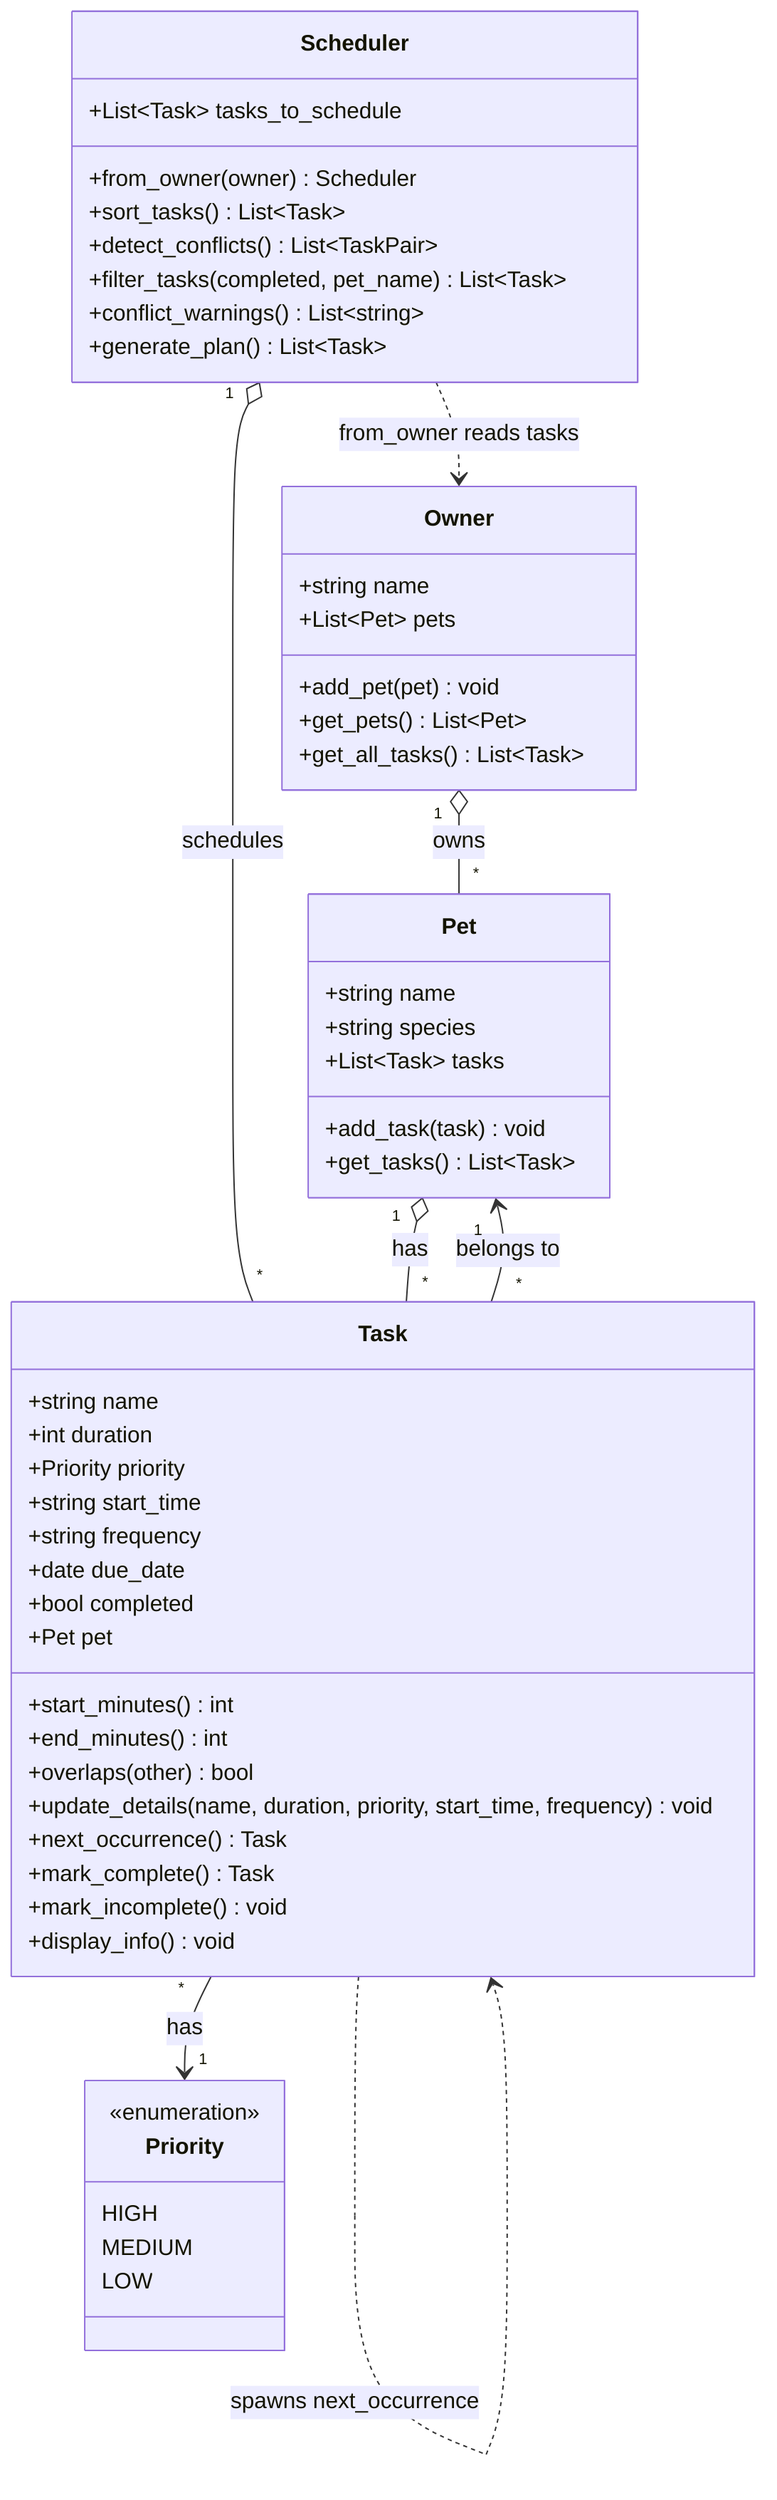
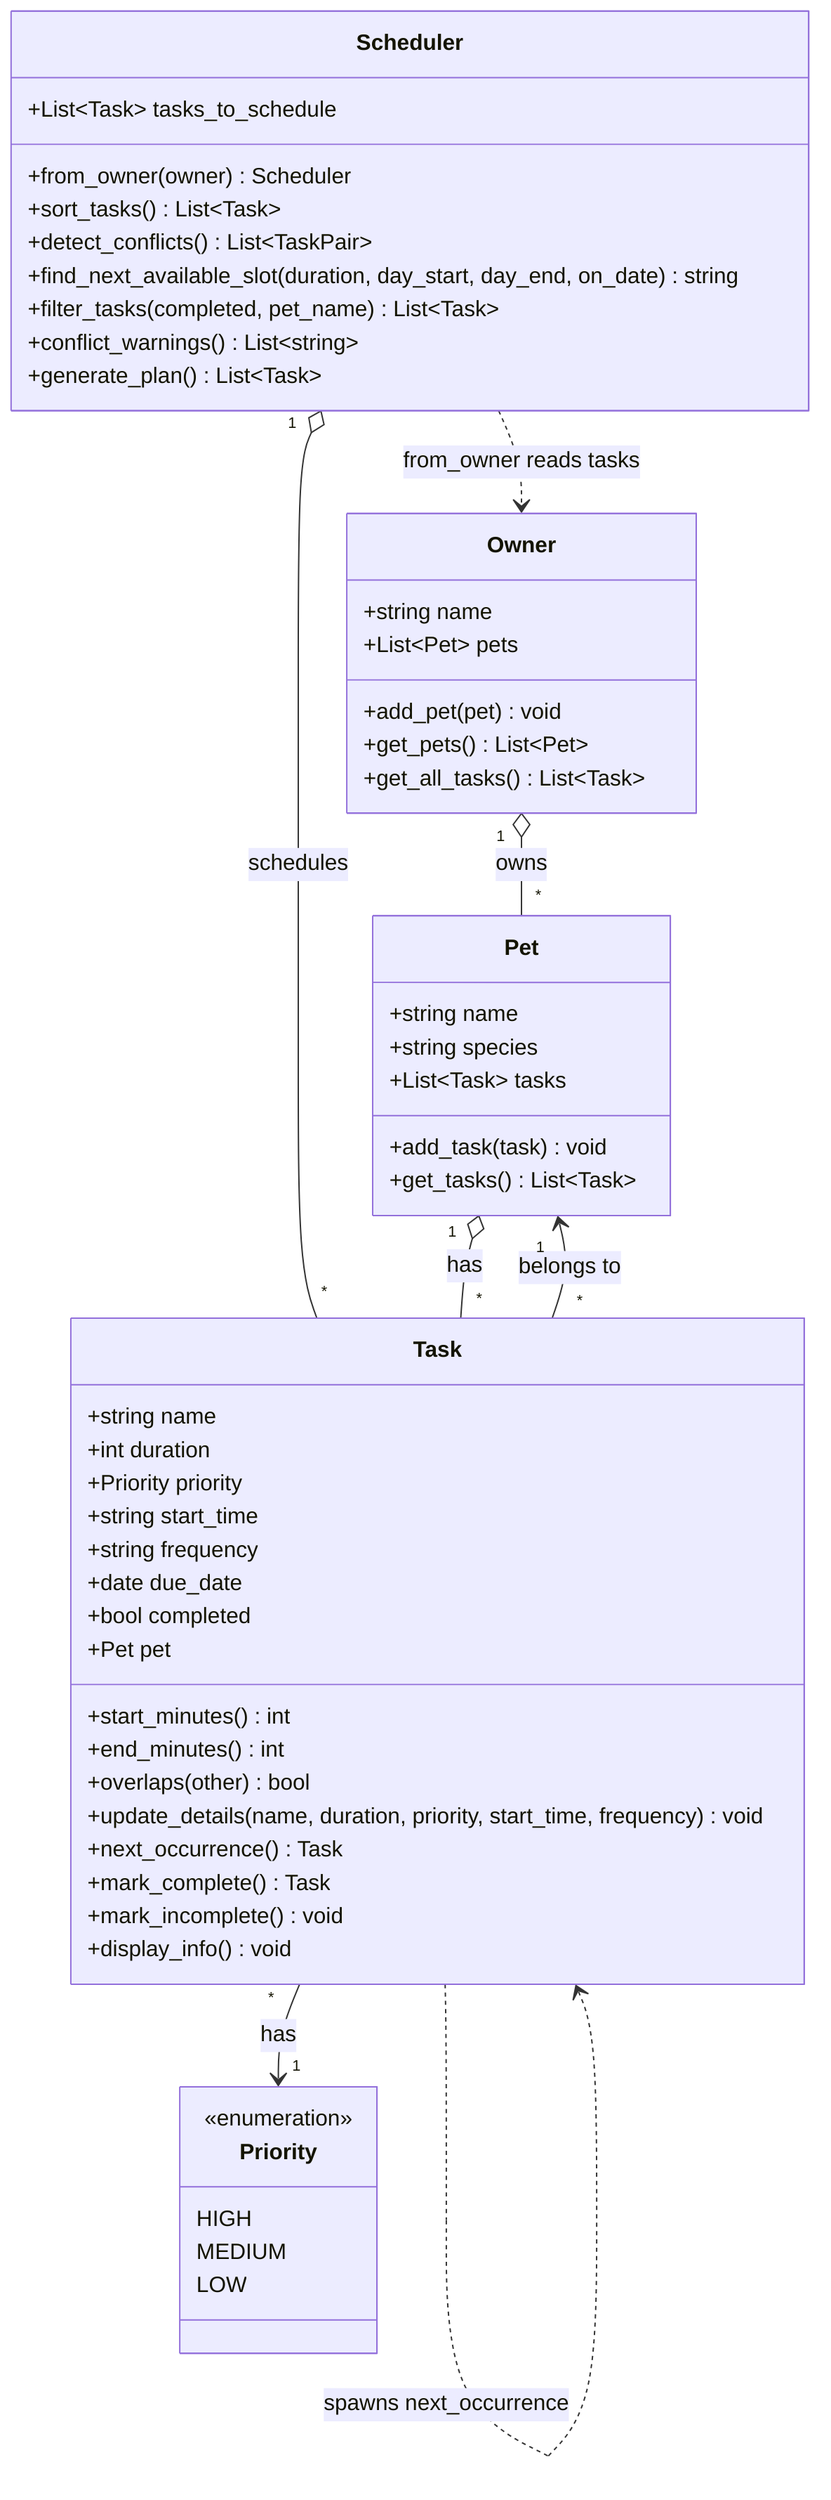
classDiagram
    class Owner {
        +string name
        +List~Pet~ pets
        +add_pet(pet) void
        +get_pets() List~Pet~
        +get_all_tasks() List~Task~
    }

    class Pet {
        +string name
        +string species
        +List~Task~ tasks
        +add_task(task) void
        +get_tasks() List~Task~
    }

    class Task {
        +string name
        +int duration
        +Priority priority
        +string start_time
        +string frequency
        +date due_date
        +bool completed
        +Pet pet
        +start_minutes() int
        +end_minutes() int
        +overlaps(other) bool
        +update_details(name, duration, priority, start_time, frequency) void
        +next_occurrence() Task
        +mark_complete() Task
        +mark_incomplete() void
        +display_info() void
    }

    class Priority {
        <<enumeration>>
        HIGH
        MEDIUM
        LOW
    }

    class Scheduler {
        +List~Task~ tasks_to_schedule
        +from_owner(owner) Scheduler
        +sort_tasks() List~Task~
        +detect_conflicts() List~TaskPair~
+         +find_next_available_slot(duration, day_start, day_end, on_date) string
        +filter_tasks(completed, pet_name) List~Task~
        +conflict_warnings() List~string~
        +generate_plan() List~Task~
    }

    Owner "1" o-- "*" Pet : owns
    Pet "1" o-- "*" Task : has
    Task "*" --> "1" Pet : belongs to
    Task "*" --> "1" Priority : has
    Scheduler "1" o-- "*" Task : schedules
    Task ..> Task : spawns next_occurrence
    Scheduler ..> Owner : from_owner reads tasks